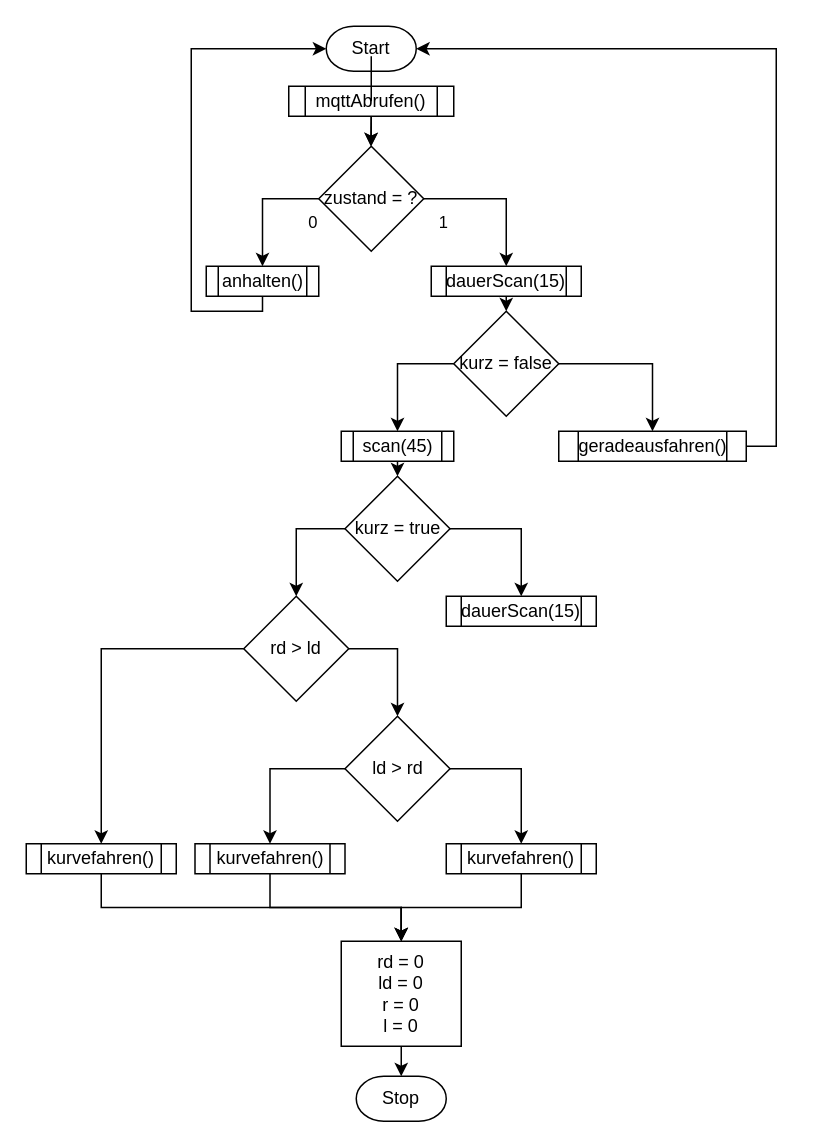
This is ActualMain.drawio from DanielSteinhauser/lidar-auto, a draw.io file, before an edit. Source tidied: cells renumbered, new cells numbered last; positions are measured from the earlier drawing's top-left corner, leaving out a move shared by most shapes. Both pictures are drawn from the tidied source at 150%, with x=0, y=0 at pixel (26, 26).
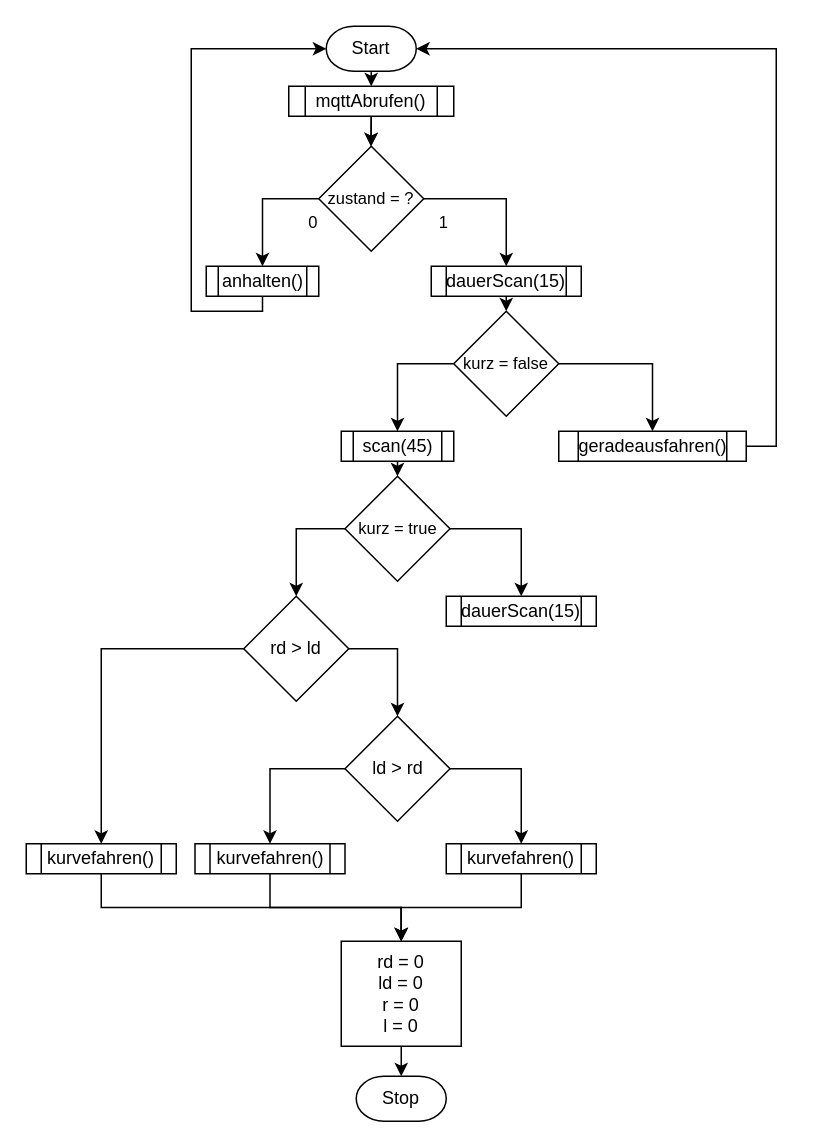
The same diagram, later.

The change refers to these unchanged cells:
```xml
<mxCell id="3" value="Start" style="strokeWidth=1;html=1;shape=mxgraph.flowchart.terminator;whiteSpace=wrap;rounded=1;" parent="1" vertex="1">
  <mxGeometry x="200" width="60" height="30" as="geometry" />
</mxCell>
<mxCell id="40" value="mqttAbrufen()" style="shape=process;whiteSpace=wrap;html=1;backgroundOutline=1;rounded=0;strokeColor=default;strokeWidth=1;" parent="1" vertex="1">
  <mxGeometry x="175" y="40" width="110" height="20" as="geometry" />
</mxCell>
```

Change to the diagram source:
```diff
@@
+    <mxCell id="41" style="edgeStyle=orthogonalEdgeStyle;rounded=0;jettySize=auto;html=1;exitX=0.5;exitY=1;exitDx=0;exitDy=0;exitPerimeter=0;entryX=0.5;entryY=0;entryDx=0;entryDy=0;fontSize=11;" parent="1" edge="1" source="3" target="40">
+      <mxGeometry relative="1" as="geometry" />
+    </mxCell>
@@
-    <mxCell id="8" value="zustand = ?" style="strokeWidth=1;html=1;shape=mxgraph.flowchart.decision;whiteSpace=wrap;rounded=1;strokeColor=default;" parent="1" vertex="1">
+    <mxCell id="8" value="&lt;font style=&quot;font-size: 11px&quot;&gt;zustand = ?&lt;/font&gt;" style="strokeWidth=1;html=1;shape=mxgraph.flowchart.decision;whiteSpace=wrap;rounded=1;strokeColor=default;" parent="1" vertex="1">
       <mxGeometry x="195" y="80" width="70" height="70" as="geometry" />
     </mxCell>
@@
-    <mxCell id="16" value="kurz = false" style="strokeWidth=1;html=1;shape=mxgraph.flowchart.decision;whiteSpace=wrap;rounded=1;strokeColor=default;" parent="1" vertex="1">
+    <mxCell id="16" value="&lt;font style=&quot;font-size: 11px&quot;&gt;kurz = false&lt;/font&gt;" style="strokeWidth=1;html=1;shape=mxgraph.flowchart.decision;whiteSpace=wrap;rounded=1;strokeColor=default;" parent="1" vertex="1">
       <mxGeometry x="285" y="190" width="70" height="70" as="geometry" />
     </mxCell>
@@
-    <mxCell id="23" value="kurz = true" style="strokeWidth=1;html=1;shape=mxgraph.flowchart.decision;whiteSpace=wrap;rounded=1;strokeColor=default;" parent="1" vertex="1">
+    <mxCell id="23" value="&lt;font style=&quot;font-size: 11px&quot;&gt;kurz = true&lt;/font&gt;" style="strokeWidth=1;html=1;shape=mxgraph.flowchart.decision;whiteSpace=wrap;rounded=1;strokeColor=default;" parent="1" vertex="1">
       <mxGeometry x="212.5" y="300" width="70" height="70" as="geometry" />
     </mxCell>
@@
-    <mxCell id="41" style="edgeStyle=orthogonalEdgeStyle;rounded=0;jettySize=auto;html=1;exitX=0.5;exitY=1;exitDx=0;exitDy=0;exitPerimeter=0;endArrow=none;" parent="1" edge="1" source="3" target="40">
-      <mxGeometry relative="1" as="geometry" />
-    </mxCell>
```
